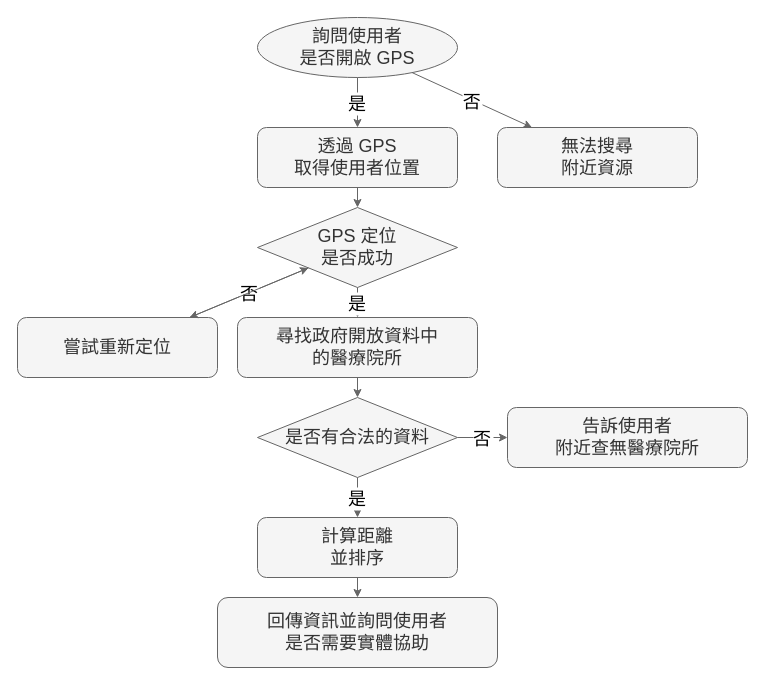
Above: images/流程圖/GPS_Search_Activity.drawio in Yanagi-0912/Health-Info-System-Documents (draw.io), before the change. Source tidied: cells renumbered, new cells numbered last; positions are measured from the earlier drawing's top-left corner, leaving out a move shared by most shapes. Both pictures are drawn from the tidied source at 100%, with x=0, y=0 at pixel (17, 17).
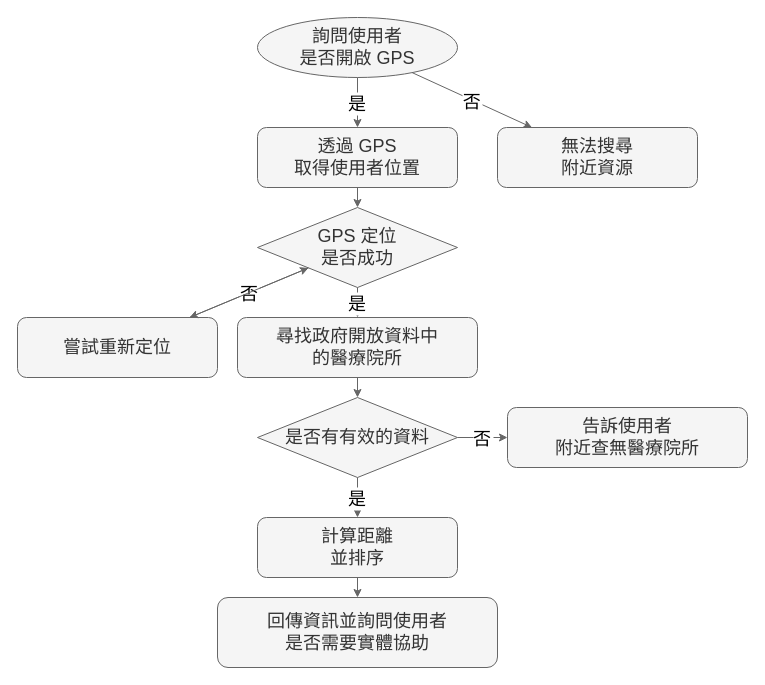
Above is the later version.

Change to the diagram source:
```diff
@@
-    <mxCell id="8" value="是否有合法的資料" style="rhombus;whiteSpace=wrap;html=1;fillColor=#f5f5f5;fontColor=#333333;strokeColor=#666666;fontSize=18;" parent="1" vertex="1">
+    <mxCell id="8" value="是否有有效的資料" style="rhombus;whiteSpace=wrap;html=1;fillColor=#f5f5f5;fontColor=#333333;strokeColor=#666666;fontSize=18;" parent="1" vertex="1">
       <mxGeometry x="240" y="380" width="200" height="80" as="geometry" />
     </mxCell>
```
